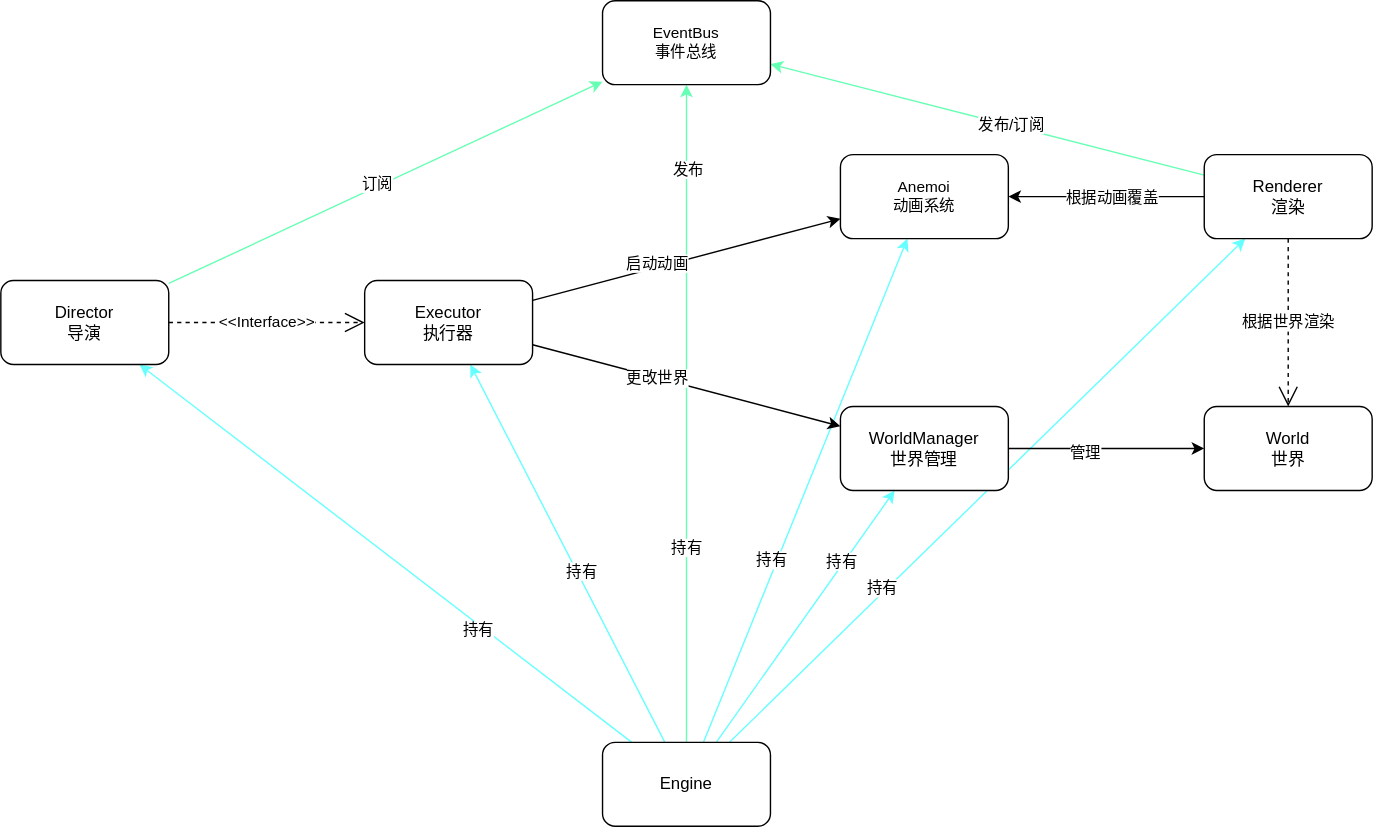
This is docs/architecture.svg from EienTokei/Endeus, a draw.io export, as it was before one commit. Source tidied: cells renumbered, new cells last; positions are measured from the earlier drawing's top-left corner, leaving out a move shared by most shapes. Source of this version:
```xml
<mxGraphModel>
  <root>
    <mxCell id="0" />
    <mxCell id="1" parent="0" />
    <mxCell id="2" style="rounded=0;jettySize=auto;html=1;strokeColor=light-dark(#66FFFF,#FFFFFF);" parent="1" edge="1" source="15" target="23">
      <mxGeometry relative="1" as="geometry" />
    </mxCell>
    <mxCell id="3" value="持有" style="edgeLabel;html=1;align=center;verticalAlign=middle;fontFamily=Helvetica;fontSize=11;fontColor=default;labelBackgroundColor=default;" parent="2" vertex="1">
      <mxGeometry x="-0.05" y="1" relative="1" as="geometry">
        <mxPoint x="-65" y="61" as="offset" />
      </mxGeometry>
    </mxCell>
    <mxCell id="4" style="edgeStyle=none;shape=connector;rounded=0;jettySize=auto;html=1;strokeColor=light-dark(#66FFFF,#FFFFFF);align=center;verticalAlign=middle;fontFamily=Helvetica;fontSize=11;fontColor=default;labelBackgroundColor=default;endArrow=classic;" parent="1" edge="1" source="15" target="18">
      <mxGeometry relative="1" as="geometry" />
    </mxCell>
    <mxCell id="5" value="持有" style="edgeLabel;html=1;align=center;verticalAlign=middle;fontFamily=Helvetica;fontSize=11;fontColor=default;labelBackgroundColor=default;" parent="4" vertex="1">
      <mxGeometry x="0.07" y="-2" relative="1" as="geometry">
        <mxPoint x="77" y="66" as="offset" />
      </mxGeometry>
    </mxCell>
    <mxCell id="6" style="edgeStyle=none;shape=connector;rounded=0;jettySize=auto;html=1;strokeColor=light-dark(#66FFFF,#FFFFFF);align=center;verticalAlign=middle;fontFamily=Helvetica;fontSize=11;fontColor=default;labelBackgroundColor=default;endArrow=classic;" parent="1" edge="1" source="15" target="28">
      <mxGeometry relative="1" as="geometry" />
    </mxCell>
    <mxCell id="7" value="持有" style="edgeLabel;html=1;align=center;verticalAlign=middle;fontFamily=Helvetica;fontSize=11;fontColor=default;labelBackgroundColor=default;" parent="6" vertex="1">
      <mxGeometry x="-0.11" y="-3" relative="1" as="geometry" />
    </mxCell>
    <mxCell id="8" style="edgeStyle=none;shape=connector;rounded=0;jettySize=auto;html=1;strokeColor=light-dark(#66FFFF,#FFFFFF);align=center;verticalAlign=middle;fontFamily=Helvetica;fontSize=11;fontColor=default;labelBackgroundColor=default;endArrow=classic;" parent="1" edge="1" source="15" target="31">
      <mxGeometry relative="1" as="geometry" />
    </mxCell>
    <mxCell id="9" value="持有" style="edgeLabel;html=1;align=center;verticalAlign=middle;fontFamily=Helvetica;fontSize=11;fontColor=default;labelBackgroundColor=default;" parent="8" vertex="1">
      <mxGeometry x="-0.1" relative="1" as="geometry">
        <mxPoint x="32" y="-49" as="offset" />
      </mxGeometry>
    </mxCell>
    <mxCell id="10" style="edgeStyle=none;shape=connector;rounded=0;jettySize=auto;html=1;strokeColor=light-dark(#66FFFF,#FFFFFF);align=center;verticalAlign=middle;fontFamily=Helvetica;fontSize=11;fontColor=default;labelBackgroundColor=default;endArrow=classic;" parent="1" edge="1" source="15" target="33">
      <mxGeometry relative="1" as="geometry" />
    </mxCell>
    <mxCell id="11" value="持有" style="edgeLabel;html=1;align=center;verticalAlign=middle;fontFamily=Helvetica;fontSize=11;fontColor=default;labelBackgroundColor=default;" parent="10" vertex="1">
      <mxGeometry x="-0.04" y="2" relative="1" as="geometry">
        <mxPoint x="-20" y="44" as="offset" />
      </mxGeometry>
    </mxCell>
    <mxCell id="12" style="edgeStyle=none;shape=connector;rounded=0;jettySize=auto;html=1;strokeColor=light-dark(#66FFB3,#99FFCC);align=center;verticalAlign=middle;fontFamily=Helvetica;fontSize=11;fontColor=default;labelBackgroundColor=default;endArrow=classic;" parent="1" edge="1" source="15" target="34">
      <mxGeometry relative="1" as="geometry" />
    </mxCell>
    <mxCell id="13" value="发布" style="edgeLabel;html=1;align=center;verticalAlign=middle;fontFamily=Helvetica;fontSize=11;fontColor=default;labelBackgroundColor=default;" parent="12" vertex="1">
      <mxGeometry x="-0.01" y="2" relative="1" as="geometry">
        <mxPoint x="2" y="-176" as="offset" />
      </mxGeometry>
    </mxCell>
    <mxCell id="14" value="持有" style="edgeLabel;html=1;align=center;verticalAlign=middle;fontFamily=Helvetica;fontSize=11;fontColor=default;labelBackgroundColor=default;" parent="12" vertex="1">
      <mxGeometry x="-0.47" y="1" relative="1" as="geometry">
        <mxPoint y="-16" as="offset" />
      </mxGeometry>
    </mxCell>
    <mxCell id="15" value="Engine" style="rounded=1;whiteSpace=wrap;html=1;" parent="1" vertex="1">
      <mxGeometry x="430" y="530" width="120" height="60" as="geometry" />
    </mxCell>
    <mxCell id="16" style="edgeStyle=none;shape=connector;rounded=0;jettySize=auto;html=1;strokeColor=light-dark(#66FFB3,#FFFFFF);align=center;verticalAlign=middle;fontFamily=Helvetica;fontSize=11;fontColor=default;labelBackgroundColor=default;endArrow=classic;" parent="1" edge="1" source="18" target="34">
      <mxGeometry relative="1" as="geometry" />
    </mxCell>
    <mxCell id="17" value="订阅" style="edgeLabel;html=1;align=center;verticalAlign=middle;fontFamily=Helvetica;fontSize=11;fontColor=default;labelBackgroundColor=default;" parent="16" vertex="1">
      <mxGeometry x="-0.03" y="2" relative="1" as="geometry" />
    </mxCell>
    <mxCell id="18" value="Director&lt;div&gt;导演&lt;/div&gt;" style="rounded=1;whiteSpace=wrap;html=1;" parent="1" vertex="1">
      <mxGeometry y="200" width="120" height="60" as="geometry" />
    </mxCell>
    <mxCell id="19" style="edgeStyle=none;shape=connector;rounded=0;jettySize=auto;html=1;strokeColor=light-dark(#66FFB3,#FFFFFF);align=center;verticalAlign=middle;fontFamily=Helvetica;fontSize=11;fontColor=default;labelBackgroundColor=default;endArrow=classic;" parent="1" edge="1" source="23" target="34">
      <mxGeometry relative="1" as="geometry" />
    </mxCell>
    <mxCell id="20" value="发布/订阅" style="edgeLabel;html=1;align=center;verticalAlign=middle;fontFamily=Helvetica;fontSize=11;fontColor=default;labelBackgroundColor=default;" parent="19" vertex="1">
      <mxGeometry x="-0.1" y="-1" relative="1" as="geometry" />
    </mxCell>
    <mxCell id="21" style="edgeStyle=none;shape=connector;rounded=0;jettySize=auto;html=1;strokeColor=default;align=center;verticalAlign=middle;fontFamily=Helvetica;fontSize=11;fontColor=default;labelBackgroundColor=default;endArrow=classic;" parent="1" edge="1" source="23" target="33">
      <mxGeometry relative="1" as="geometry" />
    </mxCell>
    <mxCell id="22" value="根据动画覆盖" style="edgeLabel;html=1;align=center;verticalAlign=middle;fontFamily=Helvetica;fontSize=11;fontColor=default;labelBackgroundColor=default;" parent="21" vertex="1">
      <mxGeometry x="0.25" y="3" relative="1" as="geometry">
        <mxPoint x="21" y="-3" as="offset" />
      </mxGeometry>
    </mxCell>
    <mxCell id="23" value="Renderer&lt;div&gt;渲染&lt;/div&gt;" style="rounded=1;whiteSpace=wrap;html=1;" parent="1" vertex="1">
      <mxGeometry x="860" y="110" width="120" height="60" as="geometry" />
    </mxCell>
    <mxCell id="24" style="edgeStyle=none;shape=connector;rounded=0;jettySize=auto;html=1;strokeColor=default;align=center;verticalAlign=middle;fontFamily=Helvetica;fontSize=11;fontColor=default;labelBackgroundColor=default;endArrow=classic;" parent="1" edge="1" source="28" target="33">
      <mxGeometry relative="1" as="geometry" />
    </mxCell>
    <mxCell id="25" value="启动动画" style="edgeLabel;html=1;align=center;verticalAlign=middle;fontFamily=Helvetica;fontSize=11;fontColor=default;labelBackgroundColor=default;" parent="24" vertex="1">
      <mxGeometry x="-0.06" y="-1" relative="1" as="geometry">
        <mxPoint x="-15" as="offset" />
      </mxGeometry>
    </mxCell>
    <mxCell id="26" style="edgeStyle=none;shape=connector;rounded=0;jettySize=auto;html=1;strokeColor=default;align=center;verticalAlign=middle;fontFamily=Helvetica;fontSize=11;fontColor=default;labelBackgroundColor=default;endArrow=classic;" parent="1" edge="1" source="28" target="31">
      <mxGeometry relative="1" as="geometry" />
    </mxCell>
    <mxCell id="27" value="更改世界" style="edgeLabel;html=1;align=center;verticalAlign=middle;fontFamily=Helvetica;fontSize=11;fontColor=default;labelBackgroundColor=default;" parent="26" vertex="1">
      <mxGeometry x="-0.11" relative="1" as="geometry">
        <mxPoint x="-9" y="-2" as="offset" />
      </mxGeometry>
    </mxCell>
    <mxCell id="28" value="Executor&lt;div&gt;执行器&lt;/div&gt;" style="rounded=1;whiteSpace=wrap;html=1;" parent="1" vertex="1">
      <mxGeometry x="260" y="200" width="120" height="60" as="geometry" />
    </mxCell>
    <mxCell id="29" style="rounded=0;jettySize=auto;html=1;" parent="1" edge="1" source="31" target="36">
      <mxGeometry relative="1" as="geometry" />
    </mxCell>
    <mxCell id="30" value="管理" style="edgeLabel;html=1;align=center;verticalAlign=middle;fontFamily=Helvetica;fontSize=11;fontColor=default;labelBackgroundColor=default;" parent="29" vertex="1">
      <mxGeometry x="-0.23" y="-2" relative="1" as="geometry" />
    </mxCell>
    <mxCell id="31" value="WorldManager&lt;div&gt;世界管理&lt;/div&gt;" style="rounded=1;whiteSpace=wrap;html=1;" parent="1" vertex="1">
      <mxGeometry x="600" y="290" width="120" height="60" as="geometry" />
    </mxCell>
    <mxCell id="32" value="根据世界渲染" style="endArrow=open;endSize=12;dashed=1;html=1;rounded=0;strokeColor=default;align=center;verticalAlign=middle;fontFamily=Helvetica;fontSize=11;fontColor=default;labelBackgroundColor=default;" parent="1" edge="1" source="23" target="36">
      <mxGeometry relative="1" as="geometry" />
    </mxCell>
    <mxCell id="33" value="Anemoi&lt;div&gt;动画系统&lt;/div&gt;" style="rounded=1;whiteSpace=wrap;html=1;fontFamily=Helvetica;fontSize=11;fontColor=default;labelBackgroundColor=default;" parent="1" vertex="1">
      <mxGeometry x="600" y="110" width="120" height="60" as="geometry" />
    </mxCell>
    <mxCell id="34" value="EventBus&lt;div&gt;事件总线&lt;/div&gt;" style="rounded=1;whiteSpace=wrap;html=1;fontFamily=Helvetica;fontSize=11;fontColor=default;labelBackgroundColor=default;" parent="1" vertex="1">
      <mxGeometry x="430" width="120" height="60" as="geometry" />
    </mxCell>
    <mxCell id="35" value="&amp;lt;&amp;lt;Interface&amp;gt;&amp;gt;" style="endArrow=open;endSize=12;dashed=1;html=1;rounded=0;" parent="1" edge="1" source="18" target="28">
      <mxGeometry relative="1" as="geometry" />
    </mxCell>
    <mxCell id="36" value="World&lt;div&gt;世界&lt;/div&gt;" style="rounded=1;whiteSpace=wrap;html=1;" parent="1" vertex="1">
      <mxGeometry x="860" y="290" width="120" height="60" as="geometry" />
    </mxCell>
  </root>
</mxGraphModel>
```
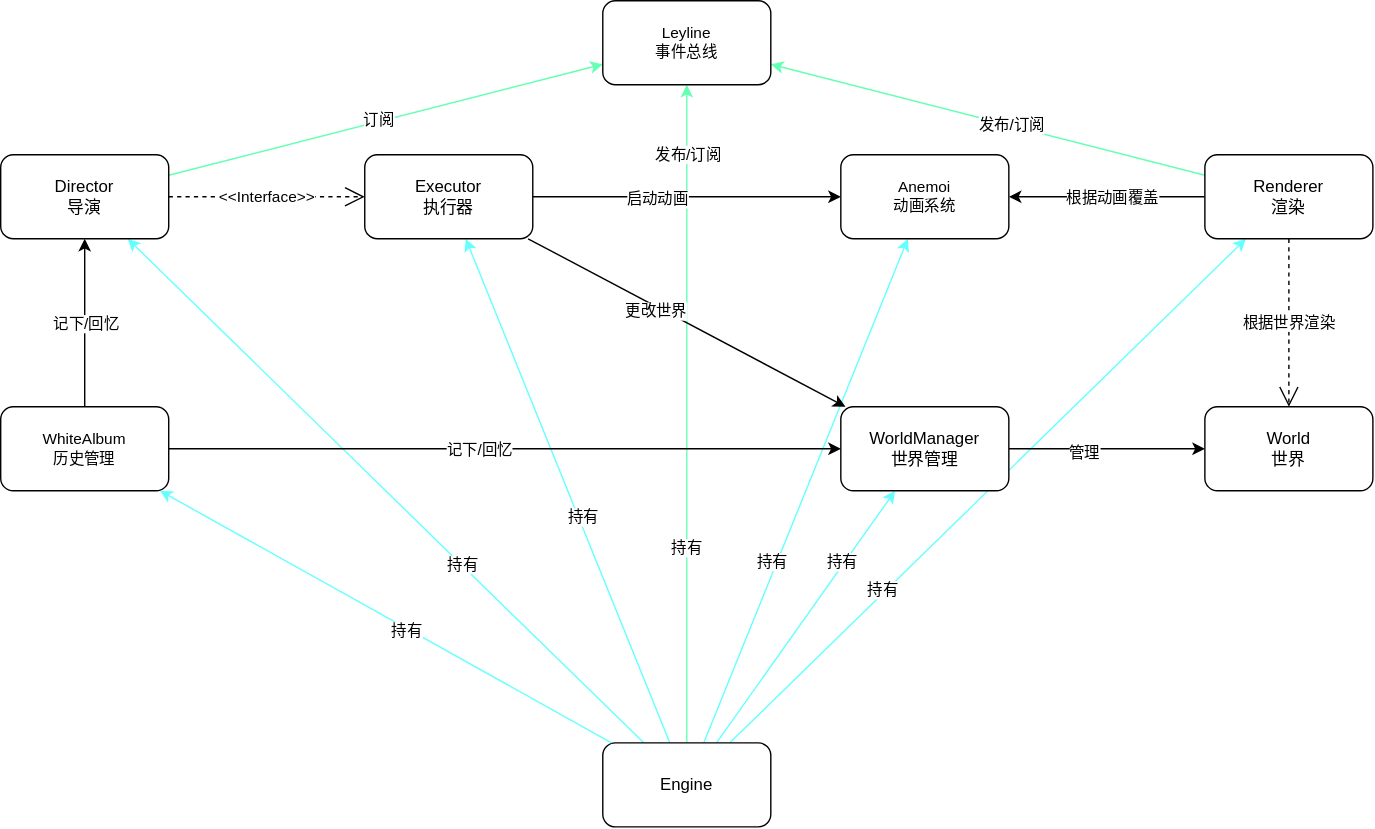
The same file after the commit.

The edit, as a diff of the source:
```diff
@@ -15,7 +15,7 @@
     </mxCell>
     <mxCell id="5" value="持有" style="edgeLabel;html=1;align=center;verticalAlign=middle;fontFamily=Helvetica;fontSize=11;fontColor=default;labelBackgroundColor=default;" parent="4" vertex="1">
       <mxGeometry x="0.07" y="-2" relative="1" as="geometry">
-        <mxPoint x="77" y="66" as="offset" />
+        <mxPoint x="66" y="66" as="offset" />
       </mxGeometry>
     </mxCell>
     <mxCell id="6" style="edgeStyle=none;shape=connector;rounded=0;jettySize=auto;html=1;strokeColor=light-dark(#66FFFF,#FFFFFF);align=center;verticalAlign=middle;fontFamily=Helvetica;fontSize=11;fontColor=default;labelBackgroundColor=default;endArrow=classic;" parent="1" edge="1" source="15" target="28">
@@ -43,9 +43,9 @@
     <mxCell id="12" style="edgeStyle=none;shape=connector;rounded=0;jettySize=auto;html=1;strokeColor=light-dark(#66FFB3,#99FFCC);align=center;verticalAlign=middle;fontFamily=Helvetica;fontSize=11;fontColor=default;labelBackgroundColor=default;endArrow=classic;" parent="1" edge="1" source="15" target="34">
       <mxGeometry relative="1" as="geometry" />
     </mxCell>
-    <mxCell id="13" value="发布" style="edgeLabel;html=1;align=center;verticalAlign=middle;fontFamily=Helvetica;fontSize=11;fontColor=default;labelBackgroundColor=default;" parent="12" vertex="1">
+    <mxCell id="13" value="发布/订阅" style="edgeLabel;html=1;align=center;verticalAlign=middle;fontFamily=Helvetica;fontSize=11;fontColor=default;labelBackgroundColor=default;" parent="12" vertex="1">
       <mxGeometry x="-0.01" y="2" relative="1" as="geometry">
-        <mxPoint x="2" y="-176" as="offset" />
+        <mxPoint x="2" y="-187" as="offset" />
       </mxGeometry>
     </mxCell>
     <mxCell id="14" value="持有" style="edgeLabel;html=1;align=center;verticalAlign=middle;fontFamily=Helvetica;fontSize=11;fontColor=default;labelBackgroundColor=default;" parent="12" vertex="1">
@@ -63,7 +63,7 @@
       <mxGeometry x="-0.03" y="2" relative="1" as="geometry" />
     </mxCell>
     <mxCell id="18" value="Director&lt;div&gt;导演&lt;/div&gt;" style="rounded=1;whiteSpace=wrap;html=1;" parent="1" vertex="1">
-      <mxGeometry y="200" width="120" height="60" as="geometry" />
+      <mxGeometry y="110" width="120" height="60" as="geometry" />
     </mxCell>
     <mxCell id="19" style="edgeStyle=none;shape=connector;rounded=0;jettySize=auto;html=1;strokeColor=light-dark(#66FFB3,#FFFFFF);align=center;verticalAlign=middle;fontFamily=Helvetica;fontSize=11;fontColor=default;labelBackgroundColor=default;endArrow=classic;" parent="1" edge="1" source="23" target="34">
       <mxGeometry relative="1" as="geometry" />
@@ -99,7 +99,7 @@
       </mxGeometry>
     </mxCell>
     <mxCell id="28" value="Executor&lt;div&gt;执行器&lt;/div&gt;" style="rounded=1;whiteSpace=wrap;html=1;" parent="1" vertex="1">
-      <mxGeometry x="260" y="200" width="120" height="60" as="geometry" />
+      <mxGeometry x="260" y="110" width="120" height="60" as="geometry" />
     </mxCell>
     <mxCell id="29" style="rounded=0;jettySize=auto;html=1;" parent="1" edge="1" source="31" target="36">
       <mxGeometry relative="1" as="geometry" />
@@ -116,7 +116,7 @@
     <mxCell id="33" value="Anemoi&lt;div&gt;动画系统&lt;/div&gt;" style="rounded=1;whiteSpace=wrap;html=1;fontFamily=Helvetica;fontSize=11;fontColor=default;labelBackgroundColor=default;" parent="1" vertex="1">
       <mxGeometry x="600" y="110" width="120" height="60" as="geometry" />
     </mxCell>
-    <mxCell id="34" value="EventBus&lt;div&gt;事件总线&lt;/div&gt;" style="rounded=1;whiteSpace=wrap;html=1;fontFamily=Helvetica;fontSize=11;fontColor=default;labelBackgroundColor=default;" parent="1" vertex="1">
+    <mxCell id="34" value="Leyline&lt;br&gt;&lt;div&gt;事件总线&lt;/div&gt;" style="rounded=1;whiteSpace=wrap;html=1;fontFamily=Helvetica;fontSize=11;fontColor=default;labelBackgroundColor=default;" parent="1" vertex="1">
       <mxGeometry x="430" width="120" height="60" as="geometry" />
     </mxCell>
     <mxCell id="35" value="&amp;lt;&amp;lt;Interface&amp;gt;&amp;gt;" style="endArrow=open;endSize=12;dashed=1;html=1;rounded=0;" parent="1" edge="1" source="18" target="28">
@@ -125,5 +125,30 @@
     <mxCell id="36" value="World&lt;div&gt;世界&lt;/div&gt;" style="rounded=1;whiteSpace=wrap;html=1;" parent="1" vertex="1">
       <mxGeometry x="860" y="290" width="120" height="60" as="geometry" />
     </mxCell>
+    <mxCell id="37" style="rounded=0;jettySize=auto;html=1;" parent="1" edge="1" source="41" target="18">
+      <mxGeometry relative="1" as="geometry" />
+    </mxCell>
+    <mxCell id="38" value="记下/回忆" style="edgeLabel;html=1;align=center;verticalAlign=middle;fontFamily=Helvetica;fontSize=11;fontColor=default;labelBackgroundColor=default;" parent="37" vertex="1">
+      <mxGeometry x="0.09" y="4" relative="1" as="geometry">
+        <mxPoint x="4" y="6" as="offset" />
+      </mxGeometry>
+    </mxCell>
+    <mxCell id="39" style="rounded=0;jettySize=auto;html=1;" parent="1" edge="1" source="41" target="31">
+      <mxGeometry relative="1" as="geometry" />
+    </mxCell>
+    <mxCell id="40" value="记下/回忆" style="edgeLabel;html=1;align=center;verticalAlign=middle;fontFamily=Helvetica;fontSize=11;fontColor=default;labelBackgroundColor=default;" parent="39" vertex="1">
+      <mxGeometry x="-0.08" relative="1" as="geometry" />
+    </mxCell>
+    <mxCell id="41" value="WhiteAlbum&lt;br&gt;&lt;div&gt;历史管理&lt;/div&gt;" style="rounded=1;whiteSpace=wrap;html=1;fontFamily=Helvetica;fontSize=11;fontColor=default;labelBackgroundColor=default;" parent="1" vertex="1">
+      <mxGeometry y="290" width="120" height="60" as="geometry" />
+    </mxCell>
+    <mxCell id="42" style="edgeStyle=none;shape=connector;rounded=0;jettySize=auto;html=1;strokeColor=light-dark(#66FFFF,#FFFFFF);align=center;verticalAlign=middle;fontFamily=Helvetica;fontSize=11;fontColor=default;labelBackgroundColor=default;endArrow=classic;" parent="1" edge="1" source="15" target="41">
+      <mxGeometry relative="1" as="geometry" />
+    </mxCell>
+    <mxCell id="43" value="持有" style="edgeLabel;html=1;align=center;verticalAlign=middle;fontFamily=Helvetica;fontSize=11;fontColor=default;labelBackgroundColor=default;" parent="42" vertex="1">
+      <mxGeometry x="0.07" y="-2" relative="1" as="geometry">
+        <mxPoint x="25" y="18" as="offset" />
+      </mxGeometry>
+    </mxCell>
   </root>
 </mxGraphModel>
```
